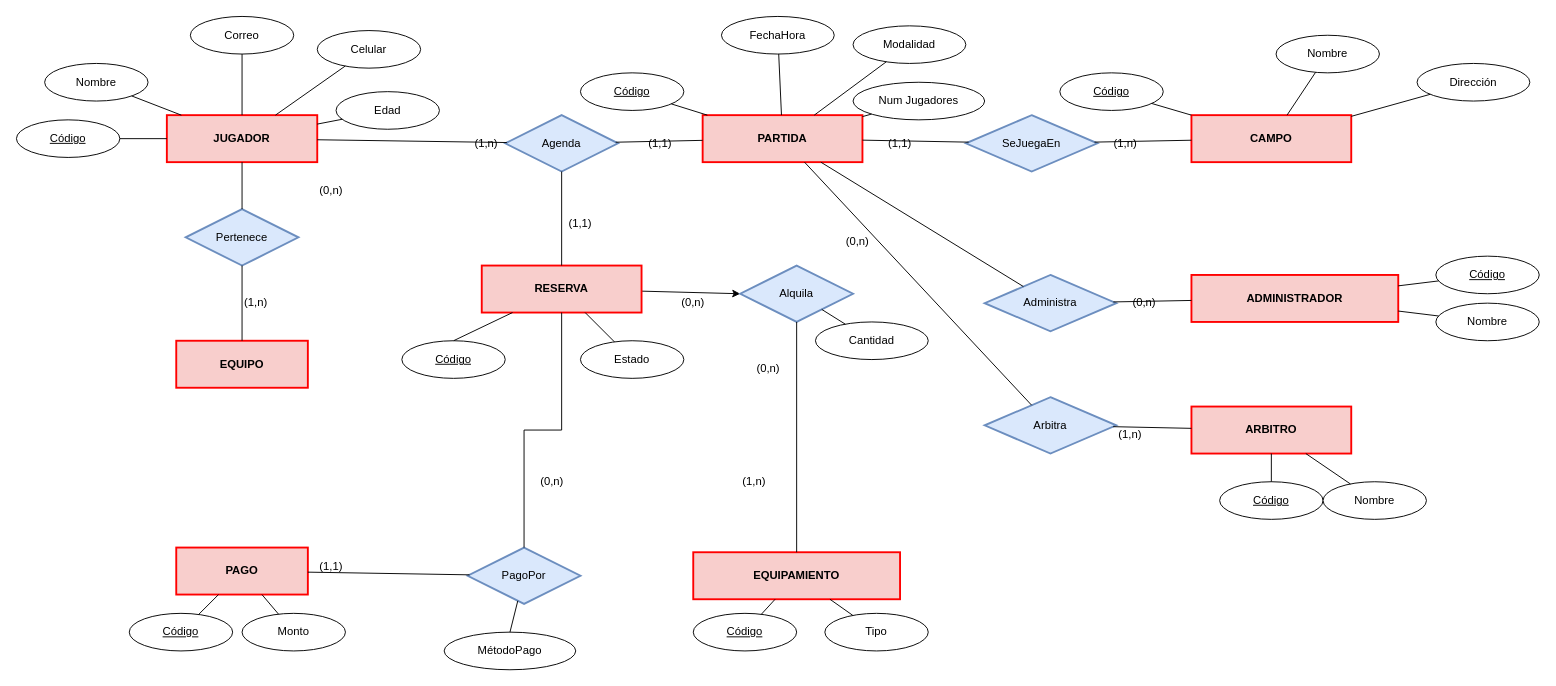
The draw.io diagram entrega/ERM.drawio in Ritatrcr/AREM-Taller_2_Modelo_Informacion, before the edit. Source tidied: cells renumbered, new cells numbered last; positions are measured from the earlier drawing's top-left corner, leaving out a move shared by most shapes. Both pictures are drawn from the tidied source at 94%, with x=0, y=0 at pixel (16, 16).
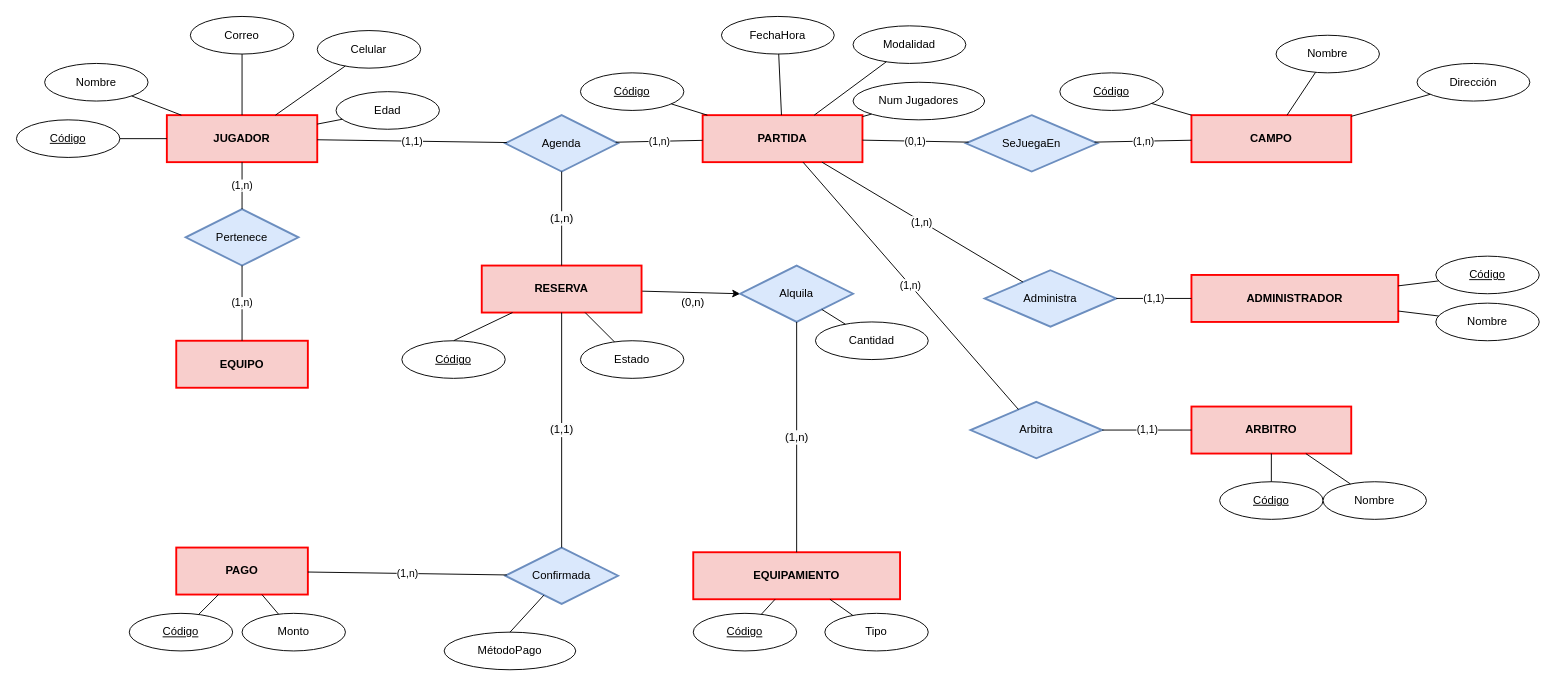
The same diagram, later.

Commit message:
diagrama entrega

The change refers to these unchanged cells:
```xml
<mxCell id="2" value="JUGADOR" style="rounded=0;whiteSpace=wrap;html=1;fillColor=#f8cecc;strokeColor=#ff0000;strokeWidth=2;fontStyle=1;align=center;verticalAlign=middle;" parent="1" vertex="1">
  <mxGeometry x="160" y="105" width="160" height="50" as="geometry" />
</mxCell>
<mxCell id="3" value="PARTIDA" style="rounded=0;whiteSpace=wrap;html=1;fillColor=#f8cecc;strokeColor=#ff0000;strokeWidth=2;fontStyle=1;align=center;verticalAlign=middle;" parent="1" vertex="1">
  <mxGeometry x="730" y="105" width="170" height="50" as="geometry" />
</mxCell>
<mxCell id="4" value="CAMPO" style="rounded=0;whiteSpace=wrap;html=1;fillColor=#f8cecc;strokeColor=#ff0000;strokeWidth=2;fontStyle=1;align=center;verticalAlign=middle;" parent="1" vertex="1">
  <mxGeometry x="1250" y="105" width="170" height="50" as="geometry" />
</mxCell>
<mxCell id="6" value="RESERVA" style="rounded=0;whiteSpace=wrap;html=1;fillColor=#f8cecc;strokeColor=#ff0000;strokeWidth=2;fontStyle=1;align=center;verticalAlign=middle;" parent="1" vertex="1">
  <mxGeometry x="495" y="265" width="170" height="50" as="geometry" />
</mxCell>
<mxCell id="7" value="EQUIPO" style="rounded=0;whiteSpace=wrap;html=1;fillColor=#f8cecc;strokeColor=#ff0000;strokeWidth=2;fontStyle=1;align=center;verticalAlign=middle;" parent="1" vertex="1">
  <mxGeometry x="170" y="345" width="140" height="50" as="geometry" />
</mxCell>
<mxCell id="8" value="PAGO" style="rounded=0;whiteSpace=wrap;html=1;fillColor=#f8cecc;strokeColor=#ff0000;strokeWidth=2;fontStyle=1;align=center;verticalAlign=middle;" parent="1" vertex="1">
  <mxGeometry x="170" y="565" width="140" height="50" as="geometry" />
</mxCell>
<mxCell id="9" value="EQUIPAMIENTO" style="rounded=0;whiteSpace=wrap;html=1;fillColor=#f8cecc;strokeColor=#ff0000;strokeWidth=2;fontStyle=1;align=center;verticalAlign=middle;" parent="1" vertex="1">
  <mxGeometry x="720" y="570" width="220" height="50" as="geometry" />
</mxCell>
<mxCell id="10" value="ADMINISTRADOR" style="rounded=0;whiteSpace=wrap;html=1;fillColor=#f8cecc;strokeColor=#ff0000;strokeWidth=2;fontStyle=1;align=center;verticalAlign=middle;" parent="1" vertex="1">
  <mxGeometry x="1250" y="275" width="220" height="50" as="geometry" />
</mxCell>
<mxCell id="11" value="ARBITRO" style="rounded=0;whiteSpace=wrap;html=1;fillColor=#f8cecc;strokeColor=#ff0000;strokeWidth=2;fontStyle=1;align=center;verticalAlign=middle;" parent="1" vertex="1">
  <mxGeometry x="1250" y="415" width="170" height="50" as="geometry" />
</mxCell>
<mxCell id="12" value="Agenda" style="rhombus;whiteSpace=wrap;html=1;fillColor=#dae8fc;strokeColor=#6c8ebf;strokeWidth=2;align=center;verticalAlign=middle;" parent="1" vertex="1">
  <mxGeometry x="520" y="105" width="120" height="60" as="geometry" />
</mxCell>
<mxCell id="13" value="SeJuegaEn" style="rhombus;whiteSpace=wrap;html=1;fillColor=#dae8fc;strokeColor=#6c8ebf;strokeWidth=2;align=center;verticalAlign=middle;" parent="1" vertex="1">
  <mxGeometry x="1010" y="105" width="140" height="60" as="geometry" />
</mxCell>
<mxCell id="14" value="Pertenece" style="rhombus;whiteSpace=wrap;html=1;fillColor=#dae8fc;strokeColor=#6c8ebf;strokeWidth=2;align=center;verticalAlign=middle;" parent="1" vertex="1">
  <mxGeometry x="180" y="205" width="120" height="60" as="geometry" />
</mxCell>
<mxCell id="16" value="Alquila" style="rhombus;whiteSpace=wrap;html=1;fillColor=#dae8fc;strokeColor=#6c8ebf;strokeWidth=2;align=center;verticalAlign=middle;" parent="1" vertex="1">
  <mxGeometry x="770" y="265" width="120" height="60" as="geometry" />
</mxCell>
```

Change to the diagram source:
```diff
@@
-    <mxCell id="15" value="PagoPor" style="rhombus;whiteSpace=wrap;html=1;fillColor=#dae8fc;strokeColor=#6c8ebf;strokeWidth=2;align=center;verticalAlign=middle;" parent="1" vertex="1">
-      <mxGeometry x="480" y="565" width="120" height="60" as="geometry" />
+    <mxCell id="15" value="Confirmada" style="rhombus;whiteSpace=wrap;html=1;fillColor=#dae8fc;strokeColor=#6c8ebf;strokeWidth=2;align=center;verticalAlign=middle;" parent="1" vertex="1">
+      <mxGeometry x="520" y="565" width="120" height="60" as="geometry" />
     </mxCell>
@@
     <mxCell id="17" value="Administra" style="rhombus;whiteSpace=wrap;html=1;fillColor=#dae8fc;strokeColor=#6c8ebf;strokeWidth=2;align=center;verticalAlign=middle;" parent="1" vertex="1">
-      <mxGeometry x="1030" y="275" width="140" height="60" as="geometry" />
+      <mxGeometry x="1030" y="270" width="140" height="60" as="geometry" />
     </mxCell>
     <mxCell id="18" value="Arbitra" style="rhombus;whiteSpace=wrap;html=1;fillColor=#dae8fc;strokeColor=#6c8ebf;strokeWidth=2;align=center;verticalAlign=middle;" parent="1" vertex="1">
-      <mxGeometry x="1030" y="405" width="140" height="60" as="geometry" />
+      <mxGeometry x="1015" y="410" width="140" height="60" as="geometry" />
     </mxCell>
@@
-    <mxCell id="67" style="endArrow=none;startArrow=none;strokeColor=#000000;html=1;" parent="1" edge="1" source="2" target="12">
+    <mxCell id="67" value="(1,1)" style="endArrow=none;startArrow=none;strokeColor=#000000;html=1;" parent="1" edge="1" source="2" target="12">
       <mxGeometry relative="1" as="geometry" />
     </mxCell>
-    <mxCell id="68" style="endArrow=none;startArrow=none;strokeColor=#000000;html=1;" parent="1" edge="1" source="12" target="3">
+    <mxCell id="68" value="(1,n)" style="endArrow=none;startArrow=none;strokeColor=#000000;html=1;" parent="1" edge="1" source="12" target="3">
       <mxGeometry relative="1" as="geometry" />
     </mxCell>
-    <mxCell id="69" style="edgeStyle=orthogonalEdgeStyle;endArrow=none;startArrow=none;strokeColor=#000000;html=1;rounded=0;" parent="1" edge="1" source="12" target="6">
+    <mxCell id="69" value="&lt;span style=&quot;color: rgb(0, 0, 0); font-family: Helvetica; font-size: 12px; font-style: normal; font-variant-ligatures: normal; font-variant-caps: normal; font-weight: 400; letter-spacing: normal; orphans: 2; text-align: center; text-indent: 0px; text-transform: none; widows: 2; word-spacing: 0px; -webkit-text-stroke-width: 0px; white-space: normal; background-color: rgb(251, 251, 251); text-decoration-thickness: initial; text-decoration-style: initial; text-decoration-color: initial; float: none; display: inline !important;&quot;&gt;(1,n)&lt;/span&gt;" style="edgeStyle=orthogonalEdgeStyle;endArrow=none;startArrow=none;strokeColor=#000000;html=1;rounded=0;" parent="1" edge="1" source="12" target="6">
       <mxGeometry relative="1" as="geometry" />
     </mxCell>
-    <mxCell id="70" style="endArrow=none;startArrow=none;strokeColor=#000000;html=1;" parent="1" edge="1" source="3" target="13">
+    <mxCell id="70" value="(0,1)" style="endArrow=none;startArrow=none;strokeColor=#000000;html=1;" parent="1" edge="1" source="3" target="13">
       <mxGeometry relative="1" as="geometry" />
     </mxCell>
-    <mxCell id="71" style="endArrow=none;startArrow=none;strokeColor=#000000;html=1;" parent="1" edge="1" source="13" target="4">
+    <mxCell id="71" value="(1,n)" style="endArrow=none;startArrow=none;strokeColor=#000000;html=1;" parent="1" edge="1" source="13" target="4">
       <mxGeometry relative="1" as="geometry" />
     </mxCell>
-    <mxCell id="72" style="edgeStyle=orthogonalEdgeStyle;endArrow=none;startArrow=none;strokeColor=#000000;html=1;rounded=0;" parent="1" edge="1" source="2" target="14">
+    <mxCell id="72" value="(1,n)" style="edgeStyle=orthogonalEdgeStyle;endArrow=none;startArrow=none;strokeColor=#000000;html=1;rounded=0;" parent="1" edge="1" source="2" target="14">
       <mxGeometry relative="1" as="geometry" />
     </mxCell>
-    <mxCell id="73" style="edgeStyle=orthogonalEdgeStyle;endArrow=none;startArrow=none;strokeColor=#000000;html=1;rounded=0;" parent="1" edge="1" source="14" target="7">
+    <mxCell id="73" value="(1,n)" style="edgeStyle=orthogonalEdgeStyle;endArrow=none;startArrow=none;strokeColor=#000000;html=1;rounded=0;" parent="1" edge="1" source="14" target="7">
       <mxGeometry relative="1" as="geometry" />
     </mxCell>
-    <mxCell id="74" style="edgeStyle=orthogonalEdgeStyle;endArrow=none;startArrow=none;strokeColor=#000000;html=1;rounded=0;" parent="1" edge="1" source="6" target="15">
+    <mxCell id="74" value="&lt;span style=&quot;color: rgb(0, 0, 0); font-family: Helvetica; font-size: 12px; font-style: normal; font-variant-ligatures: normal; font-variant-caps: normal; font-weight: 400; letter-spacing: normal; orphans: 2; text-align: center; text-indent: 0px; text-transform: none; widows: 2; word-spacing: 0px; -webkit-text-stroke-width: 0px; white-space: normal; background-color: rgb(251, 251, 251); text-decoration-thickness: initial; text-decoration-style: initial; text-decoration-color: initial; float: none; display: inline !important;&quot;&gt;(1,1)&lt;/span&gt;" style="edgeStyle=orthogonalEdgeStyle;endArrow=none;startArrow=none;strokeColor=#000000;html=1;rounded=0;" parent="1" edge="1" source="6" target="15">
       <mxGeometry relative="1" as="geometry" />
     </mxCell>
-    <mxCell id="75" style="endArrow=none;startArrow=none;strokeColor=#000000;html=1;" parent="1" edge="1" source="8" target="15">
+    <mxCell id="75" value="(1,n)" style="endArrow=none;startArrow=none;strokeColor=#000000;html=1;" parent="1" edge="1" source="8" target="15">
       <mxGeometry relative="1" as="geometry" />
     </mxCell>
-    <mxCell id="76" style="edgeStyle=orthogonalEdgeStyle;endArrow=none;startArrow=none;strokeColor=#000000;html=1;rounded=0;" parent="1" edge="1" source="16" target="9">
+    <mxCell id="76" value="&lt;span style=&quot;color: rgb(0, 0, 0); font-family: Helvetica; font-size: 12px; font-style: normal; font-variant-ligatures: normal; font-variant-caps: normal; font-weight: 400; letter-spacing: normal; orphans: 2; text-align: center; text-indent: 0px; text-transform: none; widows: 2; word-spacing: 0px; -webkit-text-stroke-width: 0px; white-space: normal; background-color: rgb(251, 251, 251); text-decoration-thickness: initial; text-decoration-style: initial; text-decoration-color: initial; display: inline !important; float: none;&quot;&gt;(1,n)&lt;/span&gt;" style="edgeStyle=orthogonalEdgeStyle;endArrow=none;startArrow=none;strokeColor=#000000;html=1;rounded=0;" parent="1" edge="1" source="16" target="9">
       <mxGeometry relative="1" as="geometry" />
     </mxCell>
-    <mxCell id="77" style="endArrow=none;startArrow=none;strokeColor=#000000;html=1;" parent="1" edge="1" source="3" target="17">
+    <mxCell id="77" value="(1,n)" style="endArrow=none;startArrow=none;strokeColor=#000000;html=1;" parent="1" edge="1" source="3" target="17">
       <mxGeometry relative="1" as="geometry" />
     </mxCell>
-    <mxCell id="78" style="endArrow=none;startArrow=none;strokeColor=#000000;html=1;" parent="1" edge="1" source="17" target="10">
+    <mxCell id="78" value="(1,1)" style="endArrow=none;startArrow=none;strokeColor=#000000;html=1;" parent="1" edge="1" source="17" target="10">
       <mxGeometry relative="1" as="geometry" />
     </mxCell>
-    <mxCell id="79" style="endArrow=none;startArrow=none;strokeColor=#000000;html=1;" parent="1" edge="1" source="3" target="18">
+    <mxCell id="79" value="(1,n)" style="endArrow=none;startArrow=none;strokeColor=#000000;html=1;" parent="1" edge="1" source="3" target="18">
       <mxGeometry relative="1" as="geometry" />
     </mxCell>
-    <mxCell id="80" style="endArrow=none;startArrow=none;strokeColor=#000000;html=1;" parent="1" edge="1" source="18" target="11">
+    <mxCell id="80" value="(1,1)" style="endArrow=none;startArrow=none;strokeColor=#000000;html=1;" parent="1" edge="1" source="18" target="11">
       <mxGeometry relative="1" as="geometry" />
     </mxCell>
-    <mxCell id="81" value="(1,n)" style="text;html=1;strokeColor=none;fillColor=none;align=center;verticalAlign=middle;whiteSpace=wrap;" parent="1" vertex="1">
-      <mxGeometry x="470" y="125" width="60" height="20" as="geometry" />
-    </mxCell>
-    <mxCell id="82" value="(1,1)" style="text;html=1;strokeColor=none;fillColor=none;align=center;verticalAlign=middle;whiteSpace=wrap;" parent="1" vertex="1">
-      <mxGeometry x="655" y="125" width="60" height="20" as="geometry" />
-    </mxCell>
-    <mxCell id="83" value="(1,1)" style="text;html=1;strokeColor=none;fillColor=none;align=center;verticalAlign=middle;whiteSpace=wrap;" parent="1" vertex="1">
-      <mxGeometry x="570" y="210" width="60" height="20" as="geometry" />
-    </mxCell>
-    <mxCell id="84" value="(1,1)" style="text;html=1;strokeColor=none;fillColor=none;align=center;verticalAlign=middle;whiteSpace=wrap;" parent="1" vertex="1">
-      <mxGeometry x="910" y="125" width="60" height="20" as="geometry" />
-    </mxCell>
-    <mxCell id="85" value="(1,n)" style="text;html=1;strokeColor=none;fillColor=none;align=center;verticalAlign=middle;whiteSpace=wrap;" parent="1" vertex="1">
-      <mxGeometry x="1150" y="125" width="60" height="20" as="geometry" />
-    </mxCell>
-    <mxCell id="86" value="(0,n)" style="text;html=1;strokeColor=none;fillColor=none;align=center;verticalAlign=middle;whiteSpace=wrap;" parent="1" vertex="1">
-      <mxGeometry x="305" y="175" width="60" height="20" as="geometry" />
-    </mxCell>
-    <mxCell id="87" value="(1,n)" style="text;html=1;strokeColor=none;fillColor=none;align=center;verticalAlign=middle;whiteSpace=wrap;" parent="1" vertex="1">
-      <mxGeometry x="225" y="295" width="60" height="20" as="geometry" />
-    </mxCell>
-    <mxCell id="88" value="(0,n)" style="text;html=1;strokeColor=none;fillColor=none;align=center;verticalAlign=middle;whiteSpace=wrap;" parent="1" vertex="1">
-      <mxGeometry x="540" y="485" width="60" height="20" as="geometry" />
-    </mxCell>
-    <mxCell id="89" value="(1,1)" style="text;html=1;strokeColor=none;fillColor=none;align=center;verticalAlign=middle;whiteSpace=wrap;" parent="1" vertex="1">
-      <mxGeometry x="305" y="575" width="60" height="20" as="geometry" />
-    </mxCell>
@@
-    <mxCell id="91" value="(1,n)" style="text;html=1;strokeColor=none;fillColor=none;align=center;verticalAlign=middle;whiteSpace=wrap;" parent="1" vertex="1">
-      <mxGeometry x="755" y="485" width="60" height="20" as="geometry" />
-    </mxCell>
-    <mxCell id="92" value="(0,n)" style="text;html=1;strokeColor=none;fillColor=none;align=center;verticalAlign=middle;whiteSpace=wrap;" parent="1" vertex="1">
-      <mxGeometry x="865" y="230" width="60" height="20" as="geometry" />
-    </mxCell>
-    <mxCell id="93" value="(0,n)" style="text;html=1;strokeColor=none;fillColor=none;align=center;verticalAlign=middle;whiteSpace=wrap;" parent="1" vertex="1">
-      <mxGeometry x="1170" y="295" width="60" height="20" as="geometry" />
-    </mxCell>
-    <mxCell id="94" value="(0,n)" style="text;html=1;strokeColor=none;fillColor=none;align=center;verticalAlign=middle;whiteSpace=wrap;" parent="1" vertex="1">
-      <mxGeometry x="770" y="365" width="60" height="20" as="geometry" />
-    </mxCell>
-    <mxCell id="95" value="(1,n)" style="text;html=1;strokeColor=none;fillColor=none;align=center;verticalAlign=middle;whiteSpace=wrap;" parent="1" vertex="1">
-      <mxGeometry x="1155" y="435" width="60" height="20" as="geometry" />
-    </mxCell>
```
